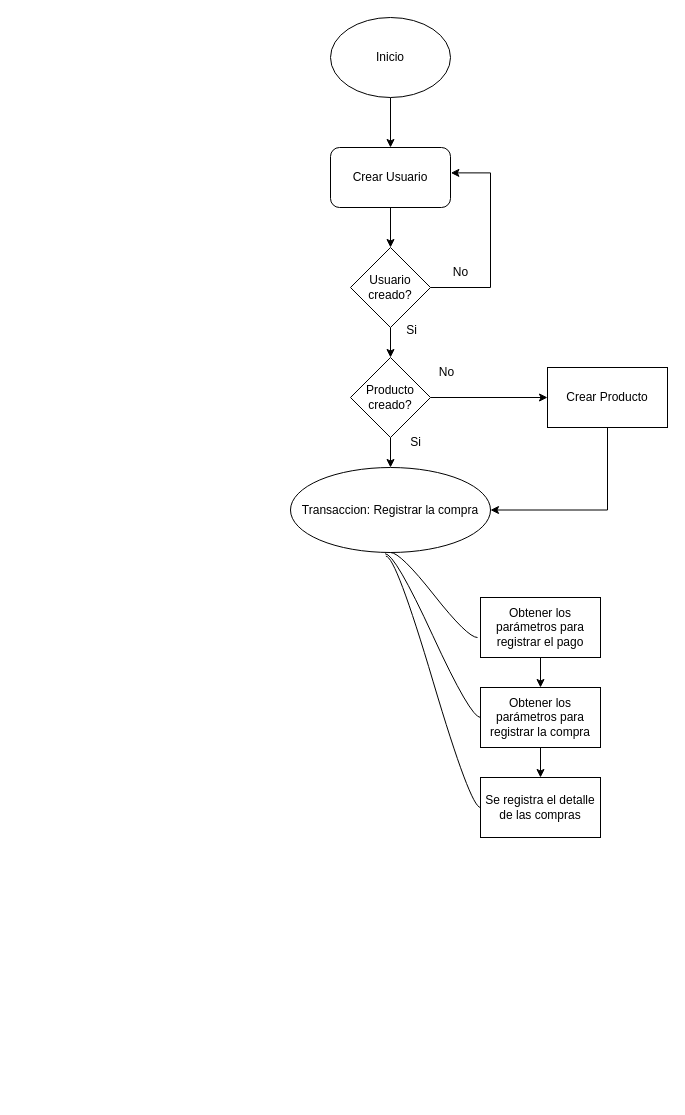
Above: RegistrarCompraBD.drawio in Andri-Z/Diagramas (draw.io), before the change. Source tidied: cells renumbered, new cells numbered last; positions are measured from the earlier drawing's top-left corner, leaving out a move shared by most shapes. Both pictures are drawn from the tidied source at 100%, with x=0, y=0 at pixel (290, 17).
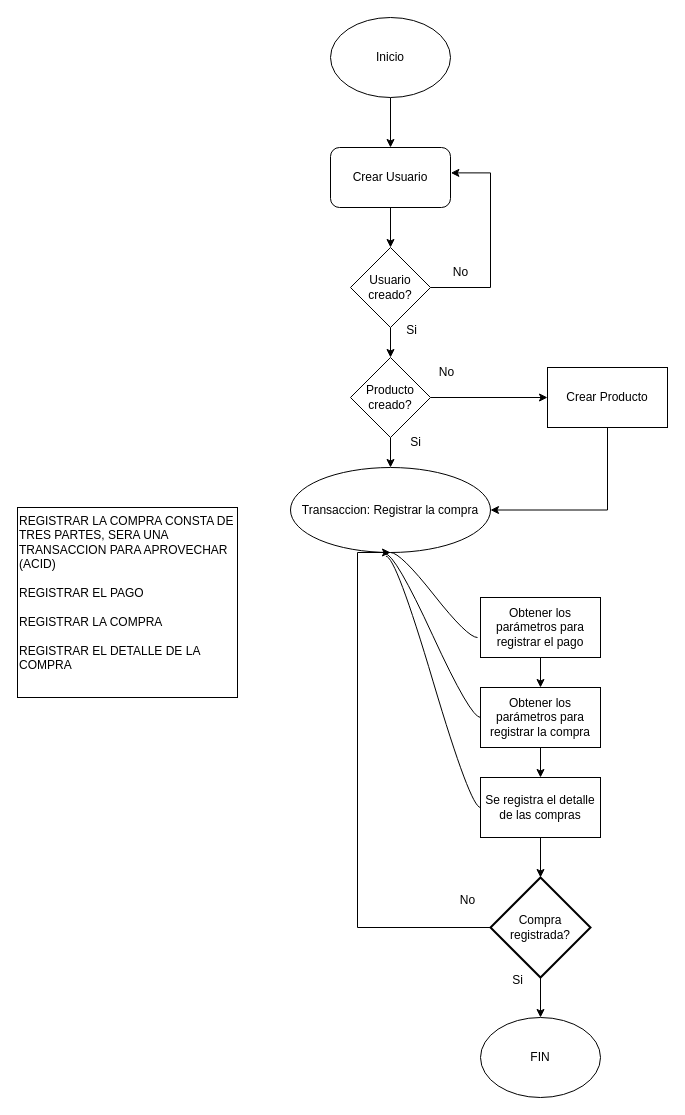
The same page after the edit.

Unchanged cells that the change refers to:
```xml
<mxCell id="22" value="Se registra el detalle de las compras" style="whiteSpace=wrap;html=1;" parent="1" vertex="1">
  <mxGeometry x="190" y="760" width="120" height="60" as="geometry" />
</mxCell>
<mxCell id="25" value="Transaccion: Registrar la compra" style="ellipse;whiteSpace=wrap;html=1;align=center;newEdgeStyle={&quot;edgeStyle&quot;:&quot;entityRelationEdgeStyle&quot;,&quot;startArrow&quot;:&quot;none&quot;,&quot;endArrow&quot;:&quot;none&quot;,&quot;segment&quot;:10,&quot;curved&quot;:1,&quot;sourcePerimeterSpacing&quot;:0,&quot;targetPerimeterSpacing&quot;:0};" parent="1" vertex="1">
  <mxGeometry y="450" width="200" height="85" as="geometry" />
</mxCell>
```

The edit, as a diff of the source:
```diff
@@
+    <mxCell id="27" style="edgeStyle=orthogonalEdgeStyle;rounded=0;jettySize=auto;html=1;" parent="1" edge="1" source="22" target="31">
+      <mxGeometry relative="1" as="geometry" />
+    </mxCell>
@@
+    <mxCell id="28" value="REGISTRAR LA COMPRA CONSTA DE TRES PARTES, SERA UNA TRANSACCION PARA APROVECHAR (ACID)&amp;nbsp;&lt;div&gt;&lt;br&gt;&lt;/div&gt;&lt;div&gt;REGISTRAR EL PAGO&lt;/div&gt;&lt;div&gt;&lt;br&gt;&lt;/div&gt;&lt;div&gt;REGISTRAR LA COMPRA&amp;nbsp;&lt;/div&gt;&lt;div&gt;&lt;br&gt;&lt;/div&gt;&lt;div&gt;REGISTRAR EL DETALLE DE LA COMPRA&lt;/div&gt;" style="html=1;whiteSpace=wrap;verticalAlign=top;align=left;" parent="1" vertex="1">
+      <mxGeometry x="-273" y="490" width="220" height="190" as="geometry" />
+    </mxCell>
+    <mxCell id="29" style="edgeStyle=orthogonalEdgeStyle;rounded=0;jettySize=auto;html=1;" parent="1" edge="1" source="31" target="32">
+      <mxGeometry relative="1" as="geometry" />
+    </mxCell>
+    <mxCell id="30" style="edgeStyle=orthogonalEdgeStyle;rounded=0;jettySize=auto;html=1;entryX=0.5;entryY=1;entryDx=0;entryDy=0;" parent="1" edge="1" source="31" target="25">
+      <mxGeometry relative="1" as="geometry">
+        <Array as="points">
+          <mxPoint x="67" y="910" />
+          <mxPoint x="67" y="535" />
+        </Array>
+      </mxGeometry>
+    </mxCell>
+    <mxCell id="31" value="Compra registrada?" style="strokeWidth=2;html=1;shape=mxgraph.flowchart.decision;whiteSpace=wrap;" parent="1" vertex="1">
+      <mxGeometry x="200" y="860" width="100" height="100" as="geometry" />
+    </mxCell>
+    <mxCell id="32" value="FIN" style="ellipse;whiteSpace=wrap;html=1;" parent="1" vertex="1">
+      <mxGeometry x="190" y="1000" width="120" height="80" as="geometry" />
+    </mxCell>
+    <mxCell id="33" value="No" style="text;html=1;align=center;verticalAlign=middle;strokeColor=none;fillColor=none;" parent="1" vertex="1">
+      <mxGeometry x="157" y="868" width="40" height="30" as="geometry" />
+    </mxCell>
+    <mxCell id="34" value="Si" style="text;html=1;align=center;verticalAlign=middle;strokeColor=none;fillColor=none;" parent="1" vertex="1">
+      <mxGeometry x="212" y="948" width="30" height="30" as="geometry" />
+    </mxCell>
```
